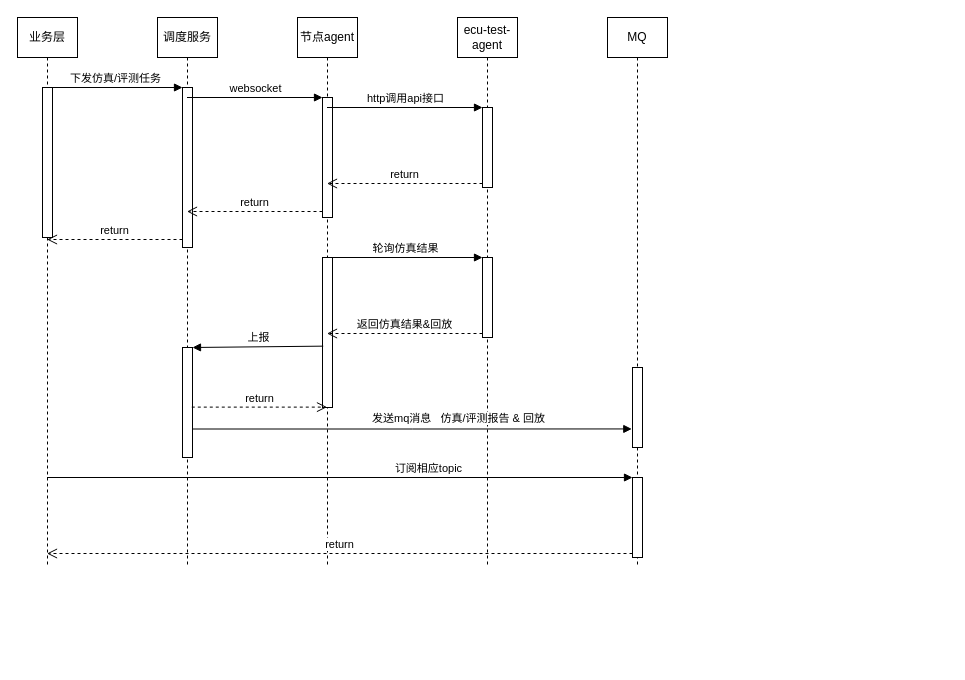
Before: 调度时序图.drawio in adwars/adwars, a draw.io diagram. Source tidied: cells renumbered, new cells numbered last; positions are measured from the earlier drawing's top-left corner, leaving out a move shared by most shapes. Both pictures are drawn from the tidied source at 100%, with x=0, y=0 at pixel (17, 17).
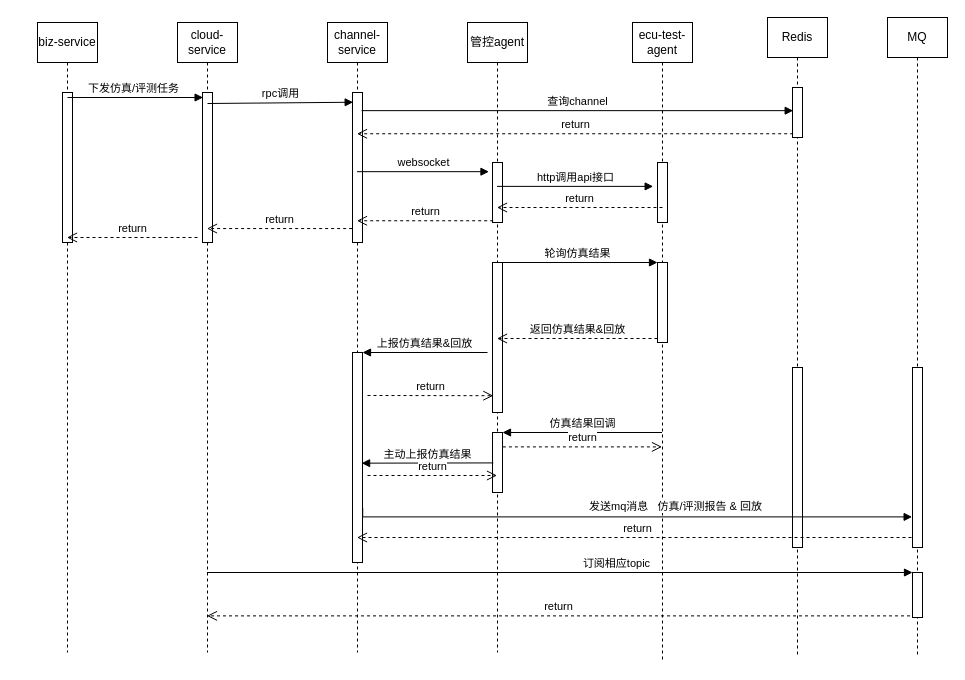
The same diagram, later.

Commit message:
更新调度时序图.drawio

Unchanged cells that the change refers to:
```xml
<mxCell id="9" style="html=1;points=[];perimeter=orthogonalPerimeter;" parent="7" vertex="1">
  <mxGeometry x="25" y="240" width="10" height="150" as="geometry" />
</mxCell>
```

Change to the diagram source:
```diff
@@
-    <mxCell id="2" value="业务层" style="shape=umlLifeline;perimeter=lifelinePerimeter;whiteSpace=wrap;html=1;outlineConnect=0;" parent="1" vertex="1">
-      <mxGeometry width="60" height="550" as="geometry" />
+    <mxCell id="2" value="cloud-service" style="shape=umlLifeline;perimeter=lifelinePerimeter;whiteSpace=wrap;html=1;outlineConnect=0;" parent="1" vertex="1">
+      <mxGeometry x="160" y="5" width="60" height="630" as="geometry" />
     </mxCell>
@@
-    <mxCell id="4" value="调度服务" style="shape=umlLifeline;perimeter=lifelinePerimeter;whiteSpace=wrap;html=1;outlineConnect=0;" parent="1" vertex="1">
-      <mxGeometry x="140" width="60" height="550" as="geometry" />
+    <mxCell id="4" value="channel-service" style="shape=umlLifeline;perimeter=lifelinePerimeter;whiteSpace=wrap;html=1;outlineConnect=0;" parent="1" vertex="1">
+      <mxGeometry x="310" y="5" width="60" height="630" as="geometry" />
     </mxCell>
     <mxCell id="5" style="html=1;points=[];perimeter=orthogonalPerimeter;" parent="4" vertex="1">
-      <mxGeometry x="25" y="70" width="10" height="160" as="geometry" />
+      <mxGeometry x="25" y="70" width="10" height="150" as="geometry" />
     </mxCell>
     <mxCell id="6" style="html=1;points=[];perimeter=orthogonalPerimeter;" parent="4" vertex="1">
-      <mxGeometry x="25" y="330" width="10" height="110" as="geometry" />
+      <mxGeometry x="25" y="330" width="10" height="210" as="geometry" />
     </mxCell>
-    <mxCell id="7" value="节点agent" style="shape=umlLifeline;perimeter=lifelinePerimeter;whiteSpace=wrap;html=1;outlineConnect=0;" parent="1" vertex="1">
-      <mxGeometry x="280" width="60" height="550" as="geometry" />
+    <mxCell id="7" value="管控agent" style="shape=umlLifeline;perimeter=lifelinePerimeter;whiteSpace=wrap;html=1;outlineConnect=0;" parent="1" vertex="1">
+      <mxGeometry x="450" y="5" width="60" height="630" as="geometry" />
     </mxCell>
     <mxCell id="8" style="html=1;points=[];perimeter=orthogonalPerimeter;" parent="7" vertex="1">
-      <mxGeometry x="25" y="80" width="10" height="120" as="geometry" />
+      <mxGeometry x="25" y="140" width="10" height="60" as="geometry" />
     </mxCell>
@@
+    <mxCell id="30" style="html=1;points=[];perimeter=orthogonalPerimeter;" parent="7" vertex="1">
+      <mxGeometry x="25" y="410" width="10" height="60" as="geometry" />
+    </mxCell>
     <mxCell id="10" value="ecu-test-agent" style="shape=umlLifeline;perimeter=lifelinePerimeter;whiteSpace=wrap;html=1;outlineConnect=0;" parent="1" vertex="1">
-      <mxGeometry x="440" width="60" height="550" as="geometry" />
+      <mxGeometry x="615" y="5" width="60" height="640" as="geometry" />
     </mxCell>
     <mxCell id="11" style="html=1;points=[];perimeter=orthogonalPerimeter;" parent="10" vertex="1">
-      <mxGeometry x="25" y="90" width="10" height="80" as="geometry" />
+      <mxGeometry x="25" y="140" width="10" height="60" as="geometry" />
     </mxCell>
@@
-    <mxCell id="13" value="MQ" style="shape=umlLifeline;perimeter=lifelinePerimeter;whiteSpace=wrap;html=1;" parent="1" vertex="1">
-      <mxGeometry x="590" width="60" height="550" as="geometry" />
+    <mxCell id="13" value="Redis" style="shape=umlLifeline;perimeter=lifelinePerimeter;whiteSpace=wrap;html=1;" parent="1" vertex="1">
+      <mxGeometry x="750" width="60" height="640" as="geometry" />
     </mxCell>
     <mxCell id="14" style="html=1;points=[];perimeter=orthogonalPerimeter;" parent="13" vertex="1">
-      <mxGeometry x="25" y="350" width="10" height="80" as="geometry" />
+      <mxGeometry x="25" y="350" width="10" height="180" as="geometry" />
     </mxCell>
-    <mxCell id="15" style="html=1;points=[];perimeter=orthogonalPerimeter;" parent="13" vertex="1">
-      <mxGeometry x="25" y="460" width="10" height="80" as="geometry" />
-    </mxCell>
+    <mxCell id="31" style="html=1;points=[];perimeter=orthogonalPerimeter;" parent="13" vertex="1">
+      <mxGeometry x="25" y="70" width="10" height="50" as="geometry" />
+    </mxCell>
-    <mxCell id="16" value="下发仿真/评测任务" style="html=1;verticalAlign=bottom;endArrow=block;entryX=0;entryY=0;rounded=0;" parent="1" edge="1" source="2" target="5">
-      <mxGeometry relative="1" as="geometry" />
+    <mxCell id="16" value="rpc调用" style="html=1;verticalAlign=bottom;endArrow=block;entryX=0.068;entryY=0.065;rounded=0;entryDx=0;entryDy=0;entryPerimeter=0;" parent="1" edge="1" target="5">
+      <mxGeometry relative="1" as="geometry">
+        <mxPoint x="190" y="86" as="sourcePoint" />
+      </mxGeometry>
     </mxCell>
-    <mxCell id="17" value="return" style="html=1;verticalAlign=bottom;endArrow=open;dashed=1;endSize=8;exitX=0;exitY=0.95;rounded=0;" parent="1" edge="1" source="5" target="2">
+    <mxCell id="17" value="return" style="html=1;verticalAlign=bottom;endArrow=open;dashed=1;endSize=8;exitX=-0.037;exitY=0.907;rounded=0;exitDx=0;exitDy=0;exitPerimeter=0;" parent="1" edge="1" source="5" target="2">
       <mxGeometry relative="1" as="geometry" />
     </mxCell>
-    <mxCell id="18" value="websocket" style="html=1;verticalAlign=bottom;endArrow=block;entryX=0;entryY=0;rounded=0;" parent="1" edge="1" source="4" target="8">
+    <mxCell id="18" value="websocket" style="html=1;verticalAlign=bottom;endArrow=block;entryX=-0.353;entryY=0.153;rounded=0;entryDx=0;entryDy=0;entryPerimeter=0;" parent="1" edge="1" source="4" target="8">
       <mxGeometry relative="1" as="geometry" />
     </mxCell>
-    <mxCell id="19" value="return" style="html=1;verticalAlign=bottom;endArrow=open;dashed=1;endSize=8;exitX=0;exitY=0.95;rounded=0;" parent="1" edge="1" source="8" target="4">
+    <mxCell id="19" value="return" style="html=1;verticalAlign=bottom;endArrow=open;dashed=1;endSize=8;exitX=0.068;exitY=0.971;rounded=0;exitDx=0;exitDy=0;exitPerimeter=0;" parent="1" edge="1" source="8" target="4">
       <mxGeometry relative="1" as="geometry" />
     </mxCell>
-    <mxCell id="20" value="http调用api接口" style="html=1;verticalAlign=bottom;endArrow=block;entryX=0;entryY=0;rounded=0;" parent="1" edge="1" source="7" target="11">
+    <mxCell id="20" value="http调用api接口" style="html=1;verticalAlign=bottom;endArrow=block;entryX=-0.432;entryY=0.398;rounded=0;entryDx=0;entryDy=0;entryPerimeter=0;" parent="1" edge="1" source="7" target="11">
       <mxGeometry relative="1" as="geometry" />
     </mxCell>
-    <mxCell id="21" value="return" style="html=1;verticalAlign=bottom;endArrow=open;dashed=1;endSize=8;exitX=0;exitY=0.95;rounded=0;" parent="1" edge="1" source="11" target="7">
-      <mxGeometry relative="1" as="geometry" />
+    <mxCell id="21" value="return" style="html=1;verticalAlign=bottom;endArrow=open;dashed=1;endSize=8;rounded=0;" parent="1" edge="1" target="7">
+      <mxGeometry relative="1" as="geometry">
+        <mxPoint x="645" y="190" as="sourcePoint" />
+      </mxGeometry>
     </mxCell>
@@
-    <mxCell id="24" value="上报" style="html=1;verticalAlign=bottom;endArrow=block;entryX=1;entryY=0;rounded=0;exitX=0.071;exitY=0.591;exitDx=0;exitDy=0;exitPerimeter=0;" parent="1" edge="1" source="9" target="6">
-      <mxGeometry relative="1" as="geometry" />
+    <mxCell id="24" value="上报仿真结果&amp;amp;回放" style="html=1;verticalAlign=bottom;endArrow=block;entryX=1;entryY=0;rounded=0;endSize=6;startSize=6;" parent="1" edge="1" target="6">
+      <mxGeometry relative="1" as="geometry">
+        <mxPoint x="470" y="335" as="sourcePoint" />
+      </mxGeometry>
     </mxCell>
-    <mxCell id="25" value="return" style="html=1;verticalAlign=bottom;endArrow=open;dashed=1;endSize=8;exitX=0.929;exitY=0.542;rounded=0;exitDx=0;exitDy=0;exitPerimeter=0;" parent="1" edge="1" source="6" target="7">
-      <mxGeometry relative="1" as="geometry" />
+    <mxCell id="25" value="return" style="html=1;verticalAlign=bottom;endArrow=open;dashed=1;endSize=8;rounded=0;entryX=0.08;entryY=0.888;entryDx=0;entryDy=0;entryPerimeter=0;" parent="1" edge="1" target="9">
+      <mxGeometry relative="1" as="geometry">
+        <mxPoint x="350" y="378" as="sourcePoint" />
+      </mxGeometry>
     </mxCell>
-    <mxCell id="26" style="endArrow=block;endFill=1;html=1;edgeStyle=orthogonalEdgeStyle;align=left;verticalAlign=top;rounded=0;exitX=1.024;exitY=0.741;exitDx=0;exitDy=0;exitPerimeter=0;entryX=-0.071;entryY=0.768;entryDx=0;entryDy=0;entryPerimeter=0;" parent="1" edge="1" source="6" target="14">
-      <mxGeometry x="-1" relative="1" as="geometry" />
+    <mxCell id="26" style="endArrow=block;endFill=1;html=1;edgeStyle=orthogonalEdgeStyle;align=left;verticalAlign=top;rounded=0;exitX=1.024;exitY=0.741;exitDx=0;exitDy=0;exitPerimeter=0;entryX=-0.037;entryY=0.83;entryDx=0;entryDy=0;entryPerimeter=0;" parent="1" edge="1" source="6" target="42">
+      <mxGeometry x="-1" relative="1" as="geometry">
+        <Array as="points">
+          <mxPoint x="345" y="499" />
+        </Array>
+      </mxGeometry>
     </mxCell>
@@
     <mxCell id="28" value="订阅相应topic" style="html=1;verticalAlign=bottom;endArrow=block;entryX=0;entryY=0;rounded=0;" parent="1" edge="1" source="2" target="15">
-      <mxGeometry x="0.3" relative="1" as="geometry" />
+      <mxGeometry x="0.16" relative="1" as="geometry" />
     </mxCell>
-    <mxCell id="29" value="return" style="html=1;verticalAlign=bottom;endArrow=open;dashed=1;endSize=8;exitX=0;exitY=0.95;rounded=0;" parent="1" edge="1" source="15" target="2">
+    <mxCell id="29" value="return" style="html=1;verticalAlign=bottom;endArrow=open;dashed=1;endSize=8;exitX=-0.247;exitY=0.964;rounded=0;exitDx=0;exitDy=0;exitPerimeter=0;" parent="1" edge="1" source="15" target="2">
       <mxGeometry relative="1" as="geometry" />
     </mxCell>
+    <mxCell id="32" value="return" style="html=1;verticalAlign=bottom;endArrow=open;dashed=1;endSize=8;rounded=0;" parent="1" edge="1" target="4">
+      <mxGeometry relative="1" as="geometry">
+        <mxPoint x="900" y="520" as="sourcePoint" />
+      </mxGeometry>
+    </mxCell>
+    <mxCell id="33" value="仿真结果回调" style="html=1;verticalAlign=bottom;endArrow=block;entryX=1;entryY=0;rounded=0;" parent="1" edge="1" source="10" target="30">
+      <mxGeometry relative="1" as="geometry" />
+    </mxCell>
+    <mxCell id="34" value="return" style="html=1;verticalAlign=bottom;endArrow=open;dashed=1;endSize=8;rounded=0;exitX=1.04;exitY=0.24;exitDx=0;exitDy=0;exitPerimeter=0;" parent="1" edge="1" source="30" target="10">
+      <mxGeometry relative="1" as="geometry" />
+    </mxCell>
+    <mxCell id="35" value="主动上报仿真结果" style="html=1;verticalAlign=bottom;endArrow=block;rounded=0;exitX=0.08;exitY=0.507;exitDx=0;exitDy=0;exitPerimeter=0;entryX=0.911;entryY=0.527;entryDx=0;entryDy=0;entryPerimeter=0;" parent="1" edge="1" source="30" target="6">
+      <mxGeometry relative="1" as="geometry" />
+    </mxCell>
+    <mxCell id="36" value="return" style="html=1;verticalAlign=bottom;endArrow=open;dashed=1;endSize=8;rounded=0;" parent="1" edge="1" target="7">
+      <mxGeometry relative="1" as="geometry">
+        <mxPoint x="350" y="458" as="sourcePoint" />
+      </mxGeometry>
+    </mxCell>
+    <mxCell id="37" value="biz-service" style="shape=umlLifeline;perimeter=lifelinePerimeter;whiteSpace=wrap;html=1;outlineConnect=0;" parent="1" vertex="1">
+      <mxGeometry x="20" y="5" width="60" height="630" as="geometry" />
+    </mxCell>
+    <mxCell id="38" style="html=1;perimeter=orthogonalPerimeter;" parent="37" vertex="1">
+      <mxGeometry x="25" y="70" width="10" height="150" as="geometry" />
+    </mxCell>
+    <mxCell id="39" value="下发仿真/评测任务" style="html=1;verticalAlign=bottom;endArrow=block;entryX=0;entryY=0;rounded=0;" parent="1" edge="1">
+      <mxGeometry x="-0.03" relative="1" as="geometry">
+        <mxPoint x="50" y="80" as="sourcePoint" />
+        <mxPoint x="185.6" y="80" as="targetPoint" />
+      </mxGeometry>
+    </mxCell>
+    <mxCell id="40" value="return" style="html=1;verticalAlign=bottom;endArrow=open;dashed=1;endSize=8;rounded=0;" parent="1" edge="1" target="37">
+      <mxGeometry relative="1" as="geometry">
+        <mxPoint x="180" y="220" as="sourcePoint" />
+      </mxGeometry>
+    </mxCell>
+    <mxCell id="41" value="MQ" style="shape=umlLifeline;perimeter=lifelinePerimeter;whiteSpace=wrap;html=1;" parent="1" vertex="1">
+      <mxGeometry x="870" width="60" height="640" as="geometry" />
+    </mxCell>
+    <mxCell id="42" style="html=1;points=[];perimeter=orthogonalPerimeter;" parent="41" vertex="1">
+      <mxGeometry x="25" y="350" width="10" height="180" as="geometry" />
+    </mxCell>
+    <mxCell id="15" style="html=1;points=[];perimeter=orthogonalPerimeter;" parent="41" vertex="1">
+      <mxGeometry x="25" y="555" width="10" height="45" as="geometry" />
+    </mxCell>
+    <mxCell id="43" value="return" style="html=1;verticalAlign=bottom;endArrow=open;dashed=1;endSize=8;exitX=0.068;exitY=0.925;rounded=0;exitDx=0;exitDy=0;exitPerimeter=0;" parent="1" edge="1" source="31" target="4">
+      <mxGeometry relative="1" as="geometry" />
+    </mxCell>
+    <mxCell id="44" value="查询channel" style="html=1;verticalAlign=bottom;endArrow=block;rounded=0;entryX=0.068;entryY=0.463;entryDx=0;entryDy=0;entryPerimeter=0;exitX=0.911;exitY=0.121;exitDx=0;exitDy=0;exitPerimeter=0;" parent="1" edge="1" source="5" target="31">
+      <mxGeometry relative="1" as="geometry" />
+    </mxCell>
```
